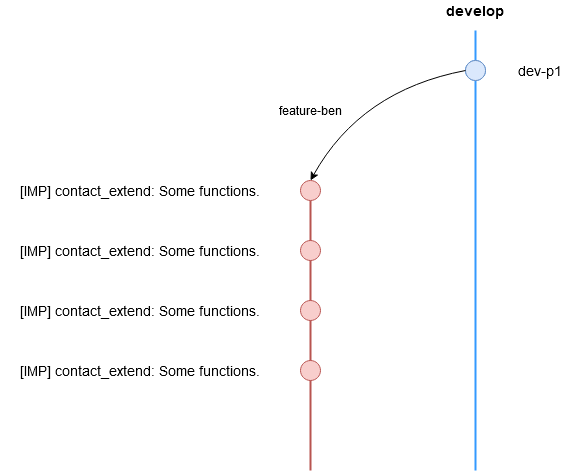
alreadytakenn/images keeps this draw.io diagram as gitBranchModel/createPersonalBranch.png. Above is the earlier version. Source tidied: cells renumbered, new cells last; positions are measured from the earlier drawing's top-left corner, leaving out a move shared by most shapes. Source of this version:
```xml
<mxGraphModel background="#ffffff">
  <root>
    <mxCell id="0" style="html=1;" />
    <mxCell id="1" style="html=1;" parent="0" />
    <mxCell id="2" style="line;strokeWidth=2;direction=south;html=1;fillColor=#f8cecc;strokeColor=#b85450;" parent="1" vertex="1">
      <mxGeometry x="305" y="200" width="10" height="270" as="geometry" />
    </mxCell>
    <mxCell id="3" style="line;strokeWidth=2;direction=south;html=1;strokeColor=#3399FF;" parent="1" vertex="1">
      <mxGeometry x="470" y="30" width="10" height="440" as="geometry" />
    </mxCell>
    <mxCell id="4" style="ellipse;whiteSpace=wrap;html=1;strokeColor=#3399FF;" parent="1" vertex="1">
      <mxGeometry x="465" y="60" width="20" height="20" as="geometry" />
    </mxCell>
    <mxCell id="5" style="ellipse;whiteSpace=wrap;html=1;strokeColor=#6c8ebf;fillColor=#dae8fc;" parent="1" vertex="1">
      <mxGeometry x="465" y="60" width="20" height="20" as="geometry" />
    </mxCell>
    <mxCell id="6" style="ellipse;whiteSpace=wrap;html=1;fillColor=#f8cecc;strokeColor=#b85450;" parent="1" vertex="1">
      <mxGeometry x="300" y="360" width="20" height="20" as="geometry" />
    </mxCell>
    <mxCell id="7" style="ellipse;whiteSpace=wrap;html=1;fillColor=#f8cecc;strokeColor=#b85450;" parent="1" vertex="1">
      <mxGeometry x="300" y="300" width="20" height="20" as="geometry" />
    </mxCell>
    <mxCell id="8" style="ellipse;whiteSpace=wrap;html=1;fillColor=#f8cecc;strokeColor=#b85450;" parent="1" vertex="1">
      <mxGeometry x="300" y="240" width="20" height="20" as="geometry" />
    </mxCell>
    <mxCell id="9" style="ellipse;whiteSpace=wrap;html=1;fillColor=#f8cecc;strokeColor=#b85450;" parent="1" vertex="1">
      <mxGeometry x="300" y="180" width="20" height="20" as="geometry" />
    </mxCell>
    <mxCell id="10" style="curved=1;endArrow=classic;html=1;exitX=0;exitY=0.5;exitDx=0;exitDy=0;entryX=0.5;entryY=0;entryDx=0;entryDy=0;" parent="1" edge="1" source="5" target="9">
      <mxGeometry relative="1" as="geometry">
        <Array as="points">
          <mxPoint x="360" y="90" />
        </Array>
      </mxGeometry>
    </mxCell>
    <mxCell id="11" value="&lt;div&gt;develop&lt;/div&gt;" style="text;html=1;strokeColor=none;fillColor=none;align=center;verticalAlign=middle;whiteSpace=wrap;rounded=0;fontStyle=1;fontSize=14;" parent="1" vertex="1">
      <mxGeometry x="455" width="40" height="20" as="geometry" />
    </mxCell>
    <mxCell id="12" value="dev-p1" style="text;html=1;strokeColor=none;fillColor=none;align=center;verticalAlign=middle;whiteSpace=wrap;rounded=0;fontSize=14;" parent="1" vertex="1">
      <mxGeometry x="510" y="60" width="60" height="20" as="geometry" />
    </mxCell>
    <mxCell id="13" value="[IMP] contact_extend: Some functions." style="text;html=1;strokeColor=none;fillColor=none;align=center;verticalAlign=middle;whiteSpace=wrap;rounded=0;fontSize=14;" parent="1" vertex="1">
      <mxGeometry y="180" width="280" height="20" as="geometry" />
    </mxCell>
    <mxCell id="14" value="[IMP] contact_extend: Some functions." style="text;html=1;strokeColor=none;fillColor=none;align=center;verticalAlign=middle;whiteSpace=wrap;rounded=0;fontSize=14;" parent="1" vertex="1">
      <mxGeometry y="300" width="280" height="20" as="geometry" />
    </mxCell>
    <mxCell id="15" value="[IMP] contact_extend: Some functions." style="text;html=1;strokeColor=none;fillColor=none;align=center;verticalAlign=middle;whiteSpace=wrap;rounded=0;fontSize=14;" parent="1" vertex="1">
      <mxGeometry y="240" width="280" height="20" as="geometry" />
    </mxCell>
    <mxCell id="16" value="[IMP] contact_extend: Some functions." style="text;html=1;strokeColor=none;fillColor=none;align=center;verticalAlign=middle;whiteSpace=wrap;rounded=0;fontSize=14;" parent="1" vertex="1">
      <mxGeometry y="360" width="280" height="20" as="geometry" />
    </mxCell>
    <mxCell id="17" value="&lt;div&gt;feature-ben&lt;/div&gt;" style="text;html=1;strokeColor=none;fillColor=none;align=center;verticalAlign=middle;whiteSpace=wrap;rounded=0;" parent="1" vertex="1">
      <mxGeometry x="265" y="100" width="90" height="20" as="geometry" />
    </mxCell>
  </root>
</mxGraphModel>
```
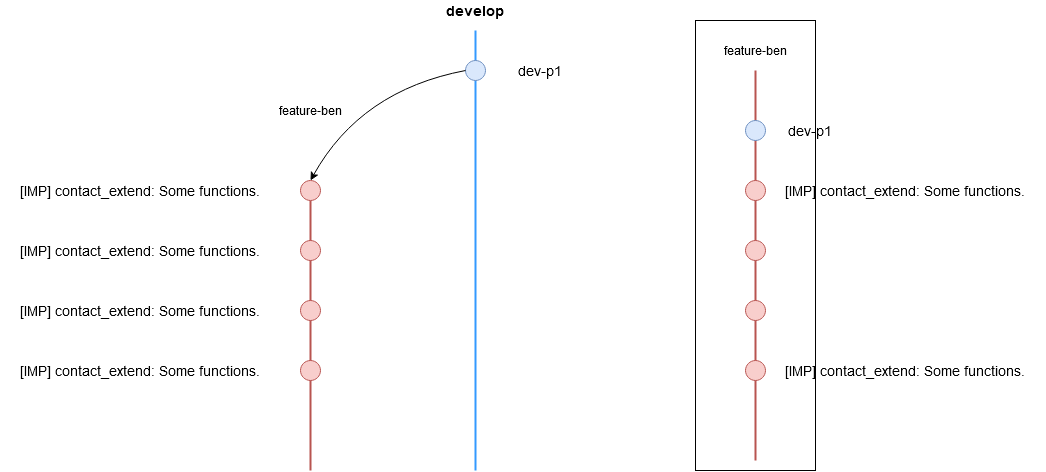
Above is the later version.

Diff of the diagram source:
```diff
@@ -2,15 +2,18 @@
   <root>
     <mxCell id="0" style="html=1;" />
     <mxCell id="1" style="html=1;" parent="0" />
+    <mxCell id="18" style="rounded=0;whiteSpace=wrap;html=1;fillColor=none;" parent="1" vertex="1">
+      <mxGeometry x="695" y="20" width="120" height="450" as="geometry" />
+    </mxCell>
+    <mxCell id="19" style="line;strokeWidth=2;direction=south;html=1;strokeColor=#3399FF;" parent="1" vertex="1">
+      <mxGeometry x="470" y="30" width="10" height="440" as="geometry" />
+    </mxCell>
     <mxCell id="2" style="line;strokeWidth=2;direction=south;html=1;fillColor=#f8cecc;strokeColor=#b85450;" parent="1" vertex="1">
       <mxGeometry x="305" y="200" width="10" height="270" as="geometry" />
     </mxCell>
-    <mxCell id="3" style="line;strokeWidth=2;direction=south;html=1;strokeColor=#3399FF;" parent="1" vertex="1">
-      <mxGeometry x="470" y="30" width="10" height="440" as="geometry" />
+    <mxCell id="3" style="line;strokeWidth=2;direction=south;html=1;strokeColor=#b85450;fillColor=#f8cecc;" parent="1" vertex="1">
+      <mxGeometry x="750" y="70" width="10" height="390" as="geometry" />
     </mxCell>
-    <mxCell id="4" style="ellipse;whiteSpace=wrap;html=1;strokeColor=#3399FF;" parent="1" vertex="1">
-      <mxGeometry x="465" y="60" width="20" height="20" as="geometry" />
-    </mxCell>
     <mxCell id="5" style="ellipse;whiteSpace=wrap;html=1;strokeColor=#6c8ebf;fillColor=#dae8fc;" parent="1" vertex="1">
       <mxGeometry x="465" y="60" width="20" height="20" as="geometry" />
     </mxCell>
@@ -54,5 +57,32 @@
     <mxCell id="17" value="&lt;div&gt;feature-ben&lt;/div&gt;" style="text;html=1;strokeColor=none;fillColor=none;align=center;verticalAlign=middle;whiteSpace=wrap;rounded=0;" parent="1" vertex="1">
       <mxGeometry x="265" y="100" width="90" height="20" as="geometry" />
     </mxCell>
+    <mxCell id="20" style="ellipse;whiteSpace=wrap;html=1;fillColor=#f8cecc;strokeColor=#b85450;" parent="1" vertex="1">
+      <mxGeometry x="745" y="360" width="20" height="20" as="geometry" />
+    </mxCell>
+    <mxCell id="21" style="ellipse;whiteSpace=wrap;html=1;fillColor=#f8cecc;strokeColor=#b85450;" parent="1" vertex="1">
+      <mxGeometry x="745" y="300" width="20" height="20" as="geometry" />
+    </mxCell>
+    <mxCell id="22" style="ellipse;whiteSpace=wrap;html=1;fillColor=#f8cecc;strokeColor=#b85450;" parent="1" vertex="1">
+      <mxGeometry x="745" y="240" width="20" height="20" as="geometry" />
+    </mxCell>
+    <mxCell id="23" style="ellipse;whiteSpace=wrap;html=1;fillColor=#f8cecc;strokeColor=#b85450;" parent="1" vertex="1">
+      <mxGeometry x="745" y="180" width="20" height="20" as="geometry" />
+    </mxCell>
+    <mxCell id="24" style="ellipse;whiteSpace=wrap;html=1;fillColor=#dae8fc;strokeColor=#6c8ebf;" parent="1" vertex="1">
+      <mxGeometry x="745" y="120" width="20" height="20" as="geometry" />
+    </mxCell>
+    <mxCell id="25" value="&lt;div&gt;feature-ben&lt;/div&gt;" style="text;html=1;strokeColor=none;fillColor=none;align=center;verticalAlign=middle;whiteSpace=wrap;rounded=0;" parent="1" vertex="1">
+      <mxGeometry x="710" y="40" width="90" height="20" as="geometry" />
+    </mxCell>
+    <mxCell id="26" value="dev-p1" style="text;html=1;strokeColor=none;fillColor=none;align=center;verticalAlign=middle;whiteSpace=wrap;rounded=0;fontSize=14;" parent="1" vertex="1">
+      <mxGeometry x="780" y="120" width="60" height="20" as="geometry" />
+    </mxCell>
+    <mxCell id="27" value="[IMP] contact_extend: Some functions." style="text;html=1;strokeColor=none;fillColor=none;align=center;verticalAlign=middle;whiteSpace=wrap;rounded=0;fontSize=14;" parent="1" vertex="1">
+      <mxGeometry x="765" y="180" width="280" height="20" as="geometry" />
+    </mxCell>
+    <mxCell id="28" value="[IMP] contact_extend: Some functions." style="text;html=1;strokeColor=none;fillColor=none;align=center;verticalAlign=middle;whiteSpace=wrap;rounded=0;fontSize=14;" parent="1" vertex="1">
+      <mxGeometry x="765" y="360" width="280" height="20" as="geometry" />
+    </mxCell>
   </root>
 </mxGraphModel>
```
